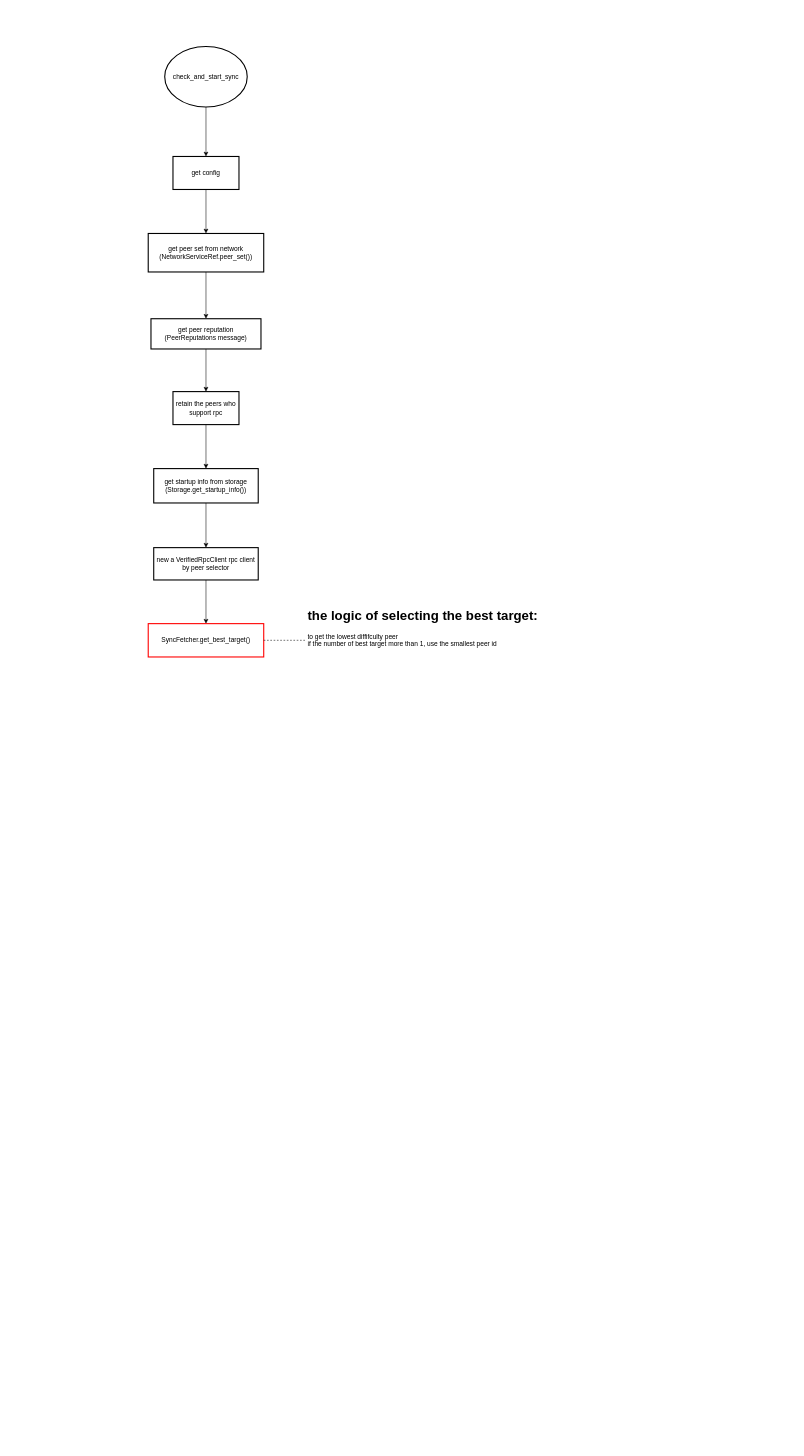
Before: page "sync-process" (4 of 8) of savedoc/drawio/starcoin-service.drawio in jackzhhuang/blog, a draw.io diagram. Source tidied: cells renumbered, new cells numbered last; positions are measured from the earlier drawing's top-left corner, leaving out a move shared by most shapes. Both pictures are drawn from the tidied source at 55%, with x=0, y=0 at pixel (148, 46).
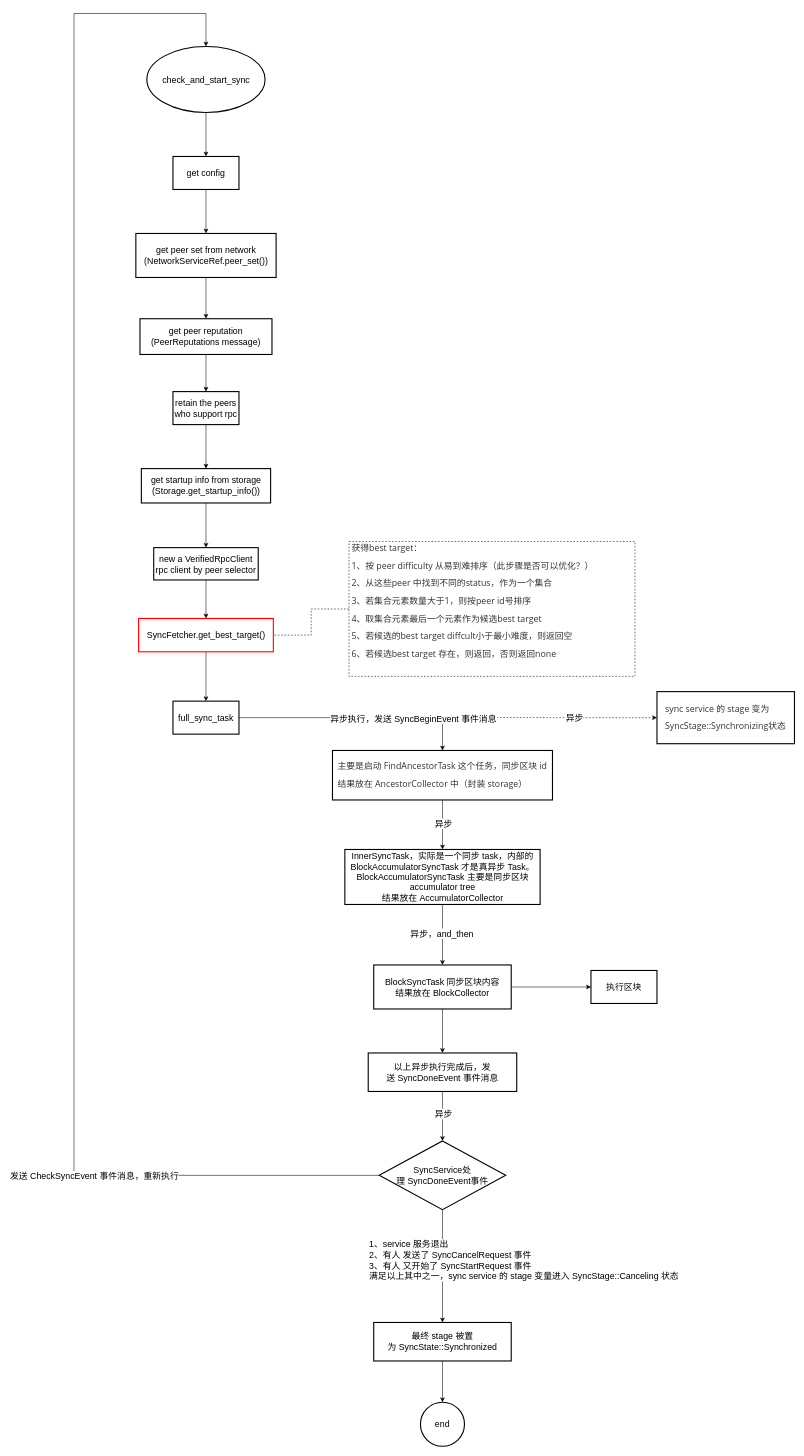
The same page after the edit.

Diff of the diagram source:
```diff
@@
-    <mxCell id="2" style="edgeStyle=orthogonalEdgeStyle;rounded=0;jettySize=auto;html=1;" parent="1" edge="1" source="3" target="5">
+    <mxCell id="2" style="edgeStyle=orthogonalEdgeStyle;rounded=0;jettySize=auto;html=1;fontSize=16;" parent="1" edge="1" source="3" target="5">
       <mxGeometry relative="1" as="geometry" />
     </mxCell>
-    <mxCell id="3" value="check_and_start_sync" style="strokeWidth=2;html=1;shape=mxgraph.flowchart.start_2;whiteSpace=wrap;" parent="1" vertex="1">
-      <mxGeometry x="30" width="150" height="110" as="geometry" />
+    <mxCell id="3" value="check_and_start_sync" style="strokeWidth=2;html=1;shape=mxgraph.flowchart.start_2;whiteSpace=wrap;fontSize=16;" parent="1" vertex="1">
+      <mxGeometry x="-2.5" width="215" height="120" as="geometry" />
     </mxCell>
-    <mxCell id="4" style="edgeStyle=orthogonalEdgeStyle;rounded=0;jettySize=auto;html=1;" parent="1" edge="1" source="5" target="7">
+    <mxCell id="4" style="edgeStyle=orthogonalEdgeStyle;rounded=0;jettySize=auto;html=1;fontSize=16;" parent="1" edge="1" source="5" target="7">
       <mxGeometry relative="1" as="geometry" />
     </mxCell>
-    <mxCell id="5" value="get config" style="whiteSpace=wrap;html=1;strokeWidth=2;" parent="1" vertex="1">
+    <mxCell id="5" value="get config" style="whiteSpace=wrap;html=1;strokeWidth=2;fontSize=16;" parent="1" vertex="1">
       <mxGeometry x="45" y="200" width="120" height="60" as="geometry" />
     </mxCell>
-    <mxCell id="6" style="edgeStyle=orthogonalEdgeStyle;rounded=0;jettySize=auto;html=1;" parent="1" edge="1" source="7" target="9">
+    <mxCell id="6" style="edgeStyle=orthogonalEdgeStyle;rounded=0;jettySize=auto;html=1;fontSize=16;" parent="1" edge="1" source="7" target="9">
       <mxGeometry relative="1" as="geometry" />
     </mxCell>
-    <mxCell id="7" value="get peer set from network&lt;br&gt;(NetworkServiceRef.peer_set())" style="whiteSpace=wrap;html=1;strokeWidth=2;" parent="1" vertex="1">
-      <mxGeometry y="340" width="210" height="70" as="geometry" />
+    <mxCell id="7" value="get peer set from network&lt;br style=&quot;font-size: 16px;&quot;&gt;(NetworkServiceRef.peer_set())" style="whiteSpace=wrap;html=1;strokeWidth=2;fontSize=16;" parent="1" vertex="1">
+      <mxGeometry x="-22.5" y="340" width="255" height="80" as="geometry" />
     </mxCell>
-    <mxCell id="8" style="edgeStyle=orthogonalEdgeStyle;rounded=0;jettySize=auto;html=1;" parent="1" edge="1" source="9" target="11">
+    <mxCell id="8" style="edgeStyle=orthogonalEdgeStyle;rounded=0;jettySize=auto;html=1;fontSize=16;" parent="1" edge="1" source="9" target="11">
       <mxGeometry relative="1" as="geometry" />
     </mxCell>
-    <mxCell id="9" value="get peer reputation&lt;br&gt;(PeerReputations message)" style="whiteSpace=wrap;html=1;strokeWidth=2;" parent="1" vertex="1">
-      <mxGeometry x="5" y="495" width="200" height="55" as="geometry" />
+    <mxCell id="9" value="get peer reputation&lt;br style=&quot;font-size: 16px;&quot;&gt;(PeerReputations message)" style="whiteSpace=wrap;html=1;strokeWidth=2;fontSize=16;" parent="1" vertex="1">
+      <mxGeometry x="-15" y="495" width="240" height="65" as="geometry" />
     </mxCell>
-    <mxCell id="10" style="edgeStyle=orthogonalEdgeStyle;rounded=0;jettySize=auto;html=1;" parent="1" edge="1" source="11" target="13">
+    <mxCell id="10" style="edgeStyle=orthogonalEdgeStyle;rounded=0;jettySize=auto;html=1;fontSize=16;" parent="1" edge="1" source="11" target="13">
       <mxGeometry relative="1" as="geometry" />
     </mxCell>
-    <mxCell id="11" value="retain the peers who support rpc" style="whiteSpace=wrap;html=1;strokeWidth=2;" parent="1" vertex="1">
+    <mxCell id="11" value="retain the peers who support rpc" style="whiteSpace=wrap;html=1;strokeWidth=2;fontSize=16;" parent="1" vertex="1">
       <mxGeometry x="45" y="627.5" width="120" height="60" as="geometry" />
     </mxCell>
-    <mxCell id="12" style="edgeStyle=orthogonalEdgeStyle;rounded=0;jettySize=auto;html=1;" parent="1" edge="1" source="13" target="15">
+    <mxCell id="12" style="edgeStyle=orthogonalEdgeStyle;rounded=0;jettySize=auto;html=1;fontSize=16;" parent="1" edge="1" source="13" target="15">
       <mxGeometry relative="1" as="geometry" />
     </mxCell>
-    <mxCell id="13" value="get startup info from storage&lt;br&gt;(Storage.get_startup_info())" style="whiteSpace=wrap;html=1;strokeWidth=2;" parent="1" vertex="1">
-      <mxGeometry x="10" y="767.5" width="190" height="62.5" as="geometry" />
+    <mxCell id="13" value="get startup info from storage&lt;br style=&quot;font-size: 16px;&quot;&gt;(Storage.get_startup_info())" style="whiteSpace=wrap;html=1;strokeWidth=2;fontSize=16;" parent="1" vertex="1">
+      <mxGeometry x="-12.5" y="767.5" width="235" height="62.5" as="geometry" />
     </mxCell>
-    <mxCell id="14" style="edgeStyle=orthogonalEdgeStyle;rounded=0;jettySize=auto;html=1;" parent="1" edge="1" source="15" target="16">
+    <mxCell id="14" style="edgeStyle=orthogonalEdgeStyle;rounded=0;jettySize=auto;html=1;fontSize=16;" parent="1" edge="1" source="15" target="16">
       <mxGeometry relative="1" as="geometry" />
     </mxCell>
-    <mxCell id="15" value="new a&amp;nbsp;VerifiedRpcClient rpc client by peer selector" style="whiteSpace=wrap;html=1;strokeWidth=2;" parent="1" vertex="1">
+    <mxCell id="15" value="new a&amp;nbsp;VerifiedRpcClient rpc client by peer selector" style="whiteSpace=wrap;html=1;strokeWidth=2;fontSize=16;" parent="1" vertex="1">
       <mxGeometry x="10" y="911.2" width="190" height="58.8" as="geometry" />
     </mxCell>
+    <mxCell id="19" style="edgeStyle=orthogonalEdgeStyle;rounded=0;jettySize=auto;html=1;fontSize=16;" parent="1" edge="1" source="16" target="22">
+      <mxGeometry relative="1" as="geometry" />
+    </mxCell>
-    <mxCell id="16" value="SyncFetcher.get_best_target()" style="whiteSpace=wrap;html=1;strokeWidth=2;strokeColor=#FF0000;" parent="1" vertex="1">
-      <mxGeometry y="1049.4" width="210" height="60.6" as="geometry" />
+    <mxCell id="16" value="SyncFetcher.get_best_target()" style="whiteSpace=wrap;html=1;strokeWidth=2;strokeColor=#FF0000;fontSize=16;" parent="1" vertex="1">
+      <mxGeometry x="-17.5" y="1040" width="245" height="60.6" as="geometry" />
     </mxCell>
-    <mxCell id="17" style="edgeStyle=orthogonalEdgeStyle;rounded=0;jettySize=auto;html=1;dashed=1;endArrow=none;endFill=0;" parent="1" edge="1" source="18" target="16">
+    <mxCell id="17" style="edgeStyle=orthogonalEdgeStyle;rounded=0;jettySize=auto;html=1;dashed=1;endArrow=none;endFill=0;fontSize=16;" parent="1" edge="1" source="18" target="16">
       <mxGeometry relative="1" as="geometry" />
     </mxCell>
-    <mxCell id="18" value="&lt;h1&gt;the logic of selecting the best target:&lt;/h1&gt;&lt;div&gt;to get the lowest diffifculty peer&lt;/div&gt;&lt;div&gt;if the number of best target more than 1, use the smallest peer id&amp;nbsp;&lt;/div&gt;" style="text;html=1;strokeColor=none;fillColor=none;spacing=5;spacingTop=-20;whiteSpace=wrap;overflow=hidden;rounded=0;" parent="1" vertex="1">
-      <mxGeometry x="285" y="1014.7" width="470" height="130" as="geometry" />
+    <mxCell id="18" value="&lt;h1 style=&quot;font-size: 16px;&quot;&gt;&lt;p style=&quot;box-sizing: border-box; line-height: inherit; orphans: 4; margin: 0.8em 0px; position: relative; caret-color: rgb(51, 51, 51); color: rgb(51, 51, 51); font-family: &amp;quot;Open Sans&amp;quot;, &amp;quot;Clear Sans&amp;quot;, &amp;quot;Helvetica Neue&amp;quot;, Helvetica, Arial, &amp;quot;Segoe UI Emoji&amp;quot;, sans-serif; font-size: 16px; font-weight: normal; background-color: rgb(255, 255, 255);&quot; class=&quot;md-end-block md-p md-focus&quot;&gt; 获得best target：&lt;/p&gt;&lt;p style=&quot;box-sizing: border-box; line-height: inherit; orphans: 4; margin: 0.8em 0px; position: relative; caret-color: rgb(51, 51, 51); color: rgb(51, 51, 51); font-family: &amp;quot;Open Sans&amp;quot;, &amp;quot;Clear Sans&amp;quot;, &amp;quot;Helvetica Neue&amp;quot;, Helvetica, Arial, &amp;quot;Segoe UI Emoji&amp;quot;, sans-serif; font-size: 16px; font-weight: normal; background-color: rgb(255, 255, 255);&quot; class=&quot;md-end-block md-p&quot;&gt;&lt;span style=&quot;box-sizing: border-box; font-size: 16px;&quot; class=&quot;md-plain&quot;&gt;1、按 peer difficulty 从易到难排序（此步骤是否可以优化？）&lt;/span&gt;&lt;/p&gt;&lt;p style=&quot;box-sizing: border-box; line-height: inherit; orphans: 4; margin: 0.8em 0px; position: relative; caret-color: rgb(51, 51, 51); color: rgb(51, 51, 51); font-family: &amp;quot;Open Sans&amp;quot;, &amp;quot;Clear Sans&amp;quot;, &amp;quot;Helvetica Neue&amp;quot;, Helvetica, Arial, &amp;quot;Segoe UI Emoji&amp;quot;, sans-serif; font-size: 16px; font-weight: normal; background-color: rgb(255, 255, 255);&quot; class=&quot;md-end-block md-p&quot;&gt;&lt;span style=&quot;box-sizing: border-box; font-size: 16px;&quot; class=&quot;md-plain&quot;&gt;2、从这些peer 中找到不同的status，作为一个集合&lt;/span&gt;&lt;/p&gt;&lt;p style=&quot;box-sizing: border-box; line-height: inherit; orphans: 4; margin: 0.8em 0px; position: relative; caret-color: rgb(51, 51, 51); color: rgb(51, 51, 51); font-family: &amp;quot;Open Sans&amp;quot;, &amp;quot;Clear Sans&amp;quot;, &amp;quot;Helvetica Neue&amp;quot;, Helvetica, Arial, &amp;quot;Segoe UI Emoji&amp;quot;, sans-serif; font-size: 16px; font-weight: normal; background-color: rgb(255, 255, 255);&quot; class=&quot;md-end-block md-p&quot;&gt;&lt;span style=&quot;box-sizing: border-box; font-size: 16px;&quot; class=&quot;md-plain&quot;&gt;3、若集合元素数量大于1，则按peer id号排序&lt;/span&gt;&lt;/p&gt;&lt;p style=&quot;box-sizing: border-box; line-height: inherit; orphans: 4; margin: 0.8em 0px; position: relative; caret-color: rgb(51, 51, 51); color: rgb(51, 51, 51); font-family: &amp;quot;Open Sans&amp;quot;, &amp;quot;Clear Sans&amp;quot;, &amp;quot;Helvetica Neue&amp;quot;, Helvetica, Arial, &amp;quot;Segoe UI Emoji&amp;quot;, sans-serif; font-size: 16px; font-weight: normal; background-color: rgb(255, 255, 255);&quot; class=&quot;md-end-block md-p&quot;&gt;&lt;span style=&quot;box-sizing: border-box; font-size: 16px;&quot; class=&quot;md-plain&quot;&gt;4、取集合元素最后一个元素作为候选best target&lt;/span&gt;&lt;/p&gt;&lt;p style=&quot;box-sizing: border-box; line-height: inherit; orphans: 4; margin: 0.8em 0px; position: relative; caret-color: rgb(51, 51, 51); color: rgb(51, 51, 51); font-family: &amp;quot;Open Sans&amp;quot;, &amp;quot;Clear Sans&amp;quot;, &amp;quot;Helvetica Neue&amp;quot;, Helvetica, Arial, &amp;quot;Segoe UI Emoji&amp;quot;, sans-serif; font-size: 16px; font-weight: normal; background-color: rgb(255, 255, 255);&quot; class=&quot;md-end-block md-p&quot;&gt;&lt;span style=&quot;box-sizing: border-box; font-size: 16px;&quot; class=&quot;md-plain&quot;&gt;5、若候选的best target diffcult小于最小难度，则返回空&lt;/span&gt;&lt;/p&gt;&lt;p style=&quot;box-sizing: border-box; line-height: inherit; orphans: 4; margin: 0.8em 0px; position: relative; caret-color: rgb(51, 51, 51); color: rgb(51, 51, 51); font-family: &amp;quot;Open Sans&amp;quot;, &amp;quot;Clear Sans&amp;quot;, &amp;quot;Helvetica Neue&amp;quot;, Helvetica, Arial, &amp;quot;Segoe UI Emoji&amp;quot;, sans-serif; font-size: 16px; font-weight: normal; background-color: rgb(255, 255, 255);&quot; class=&quot;md-end-block md-p md-focus&quot;&gt;&lt;span style=&quot;box-sizing: border-box; font-size: 16px;&quot; class=&quot;md-plain md-expand&quot;&gt;6、若候选best target 存在，则返回，否则返回none&lt;/span&gt;&lt;/p&gt;&lt;/h1&gt;" style="text;html=1;strokeColor=default;fillColor=none;spacing=5;spacingTop=-20;whiteSpace=wrap;overflow=hidden;rounded=0;dashed=1;fontSize=16;" parent="1" vertex="1">
+      <mxGeometry x="365" y="900" width="520" height="245.3" as="geometry" />
     </mxCell>
+    <mxCell id="20" style="edgeStyle=orthogonalEdgeStyle;rounded=0;jettySize=auto;html=1;fontSize=16;" parent="1" edge="1" source="22" target="25">
+      <mxGeometry relative="1" as="geometry" />
+    </mxCell>
+    <mxCell id="21" value="异步执行，发送 SyncBeginEvent 事件消息" style="edgeLabel;html=1;align=center;verticalAlign=middle;fontSize=16;" parent="20" vertex="1">
+      <mxGeometry x="0.47" y="-1" relative="1" as="geometry" />
+    </mxCell>
+    <mxCell id="22" value="full_sync_task" style="whiteSpace=wrap;html=1;strokeColor=#000000;strokeWidth=2;fontSize=16;" parent="1" vertex="1">
+      <mxGeometry x="45" y="1190.3" width="120" height="60" as="geometry" />
+    </mxCell>
+    <mxCell id="23" style="edgeStyle=orthogonalEdgeStyle;rounded=0;jettySize=auto;html=1;fontSize=16;" parent="1" edge="1" source="25" target="28">
+      <mxGeometry relative="1" as="geometry" />
+    </mxCell>
+    <mxCell id="24" value="&lt;font style=&quot;font-size: 16px;&quot;&gt;异步&lt;/font&gt;" style="edgeLabel;html=1;align=center;verticalAlign=middle;" parent="23" vertex="1">
+      <mxGeometry x="-0.07" y="1" relative="1" as="geometry" />
+    </mxCell>
+    <mxCell id="25" value="&lt;h1 style=&quot;border-color: var(--border-color); text-align: left; font-size: 16px;&quot;&gt;&lt;p style=&quot;border-color: var(--border-color); box-sizing: border-box; line-height: inherit; orphans: 4; margin: 0.8em 0px; position: relative; caret-color: rgb(51, 51, 51); color: rgb(51, 51, 51); font-family: &amp;quot;Open Sans&amp;quot;, &amp;quot;Clear Sans&amp;quot;, &amp;quot;Helvetica Neue&amp;quot;, Helvetica, Arial, &amp;quot;Segoe UI Emoji&amp;quot;, sans-serif; font-size: 16px; font-weight: normal; background-color: rgb(255, 255, 255);&quot; class=&quot;md-end-block md-p md-focus&quot;&gt;主要是启动&amp;nbsp;FindAncestorTask 这个任务，同步区块 id&lt;/p&gt;&lt;p style=&quot;border-color: var(--border-color); box-sizing: border-box; line-height: inherit; orphans: 4; margin: 0.8em 0px; position: relative; caret-color: rgb(51, 51, 51); color: rgb(51, 51, 51); font-family: &amp;quot;Open Sans&amp;quot;, &amp;quot;Clear Sans&amp;quot;, &amp;quot;Helvetica Neue&amp;quot;, Helvetica, Arial, &amp;quot;Segoe UI Emoji&amp;quot;, sans-serif; font-size: 16px; font-weight: normal; background-color: rgb(255, 255, 255);&quot; class=&quot;md-end-block md-p md-focus&quot;&gt;结果放在&amp;nbsp;AncestorCollector 中（封装 storage）&lt;/p&gt;&lt;/h1&gt;" style="whiteSpace=wrap;html=1;strokeColor=#000000;strokeWidth=2;fontSize=16;" parent="1" vertex="1">
+      <mxGeometry x="335" y="1280" width="400" height="90" as="geometry" />
+    </mxCell>
+    <mxCell id="26" style="edgeStyle=orthogonalEdgeStyle;rounded=0;jettySize=auto;html=1;" parent="1" edge="1" source="28" target="31">
+      <mxGeometry relative="1" as="geometry" />
+    </mxCell>
+    <mxCell id="27" value="&lt;font style=&quot;font-size: 16px;&quot;&gt;异步，and_then&lt;/font&gt;" style="edgeLabel;html=1;align=center;verticalAlign=middle;" parent="26" vertex="1">
+      <mxGeometry x="-0.05" y="-2" relative="1" as="geometry" />
+    </mxCell>
+    <mxCell id="28" value="InnerSyncTask，实际是一个同步 task，内部的BlockAccumulatorSyncTask 才是真异步 Task。&lt;br style=&quot;font-size: 16px;&quot;&gt;BlockAccumulatorSyncTask 主要是同步区块accumulator tree&lt;br&gt;结果放在&amp;nbsp;AccumulatorCollector" style="whiteSpace=wrap;html=1;strokeColor=#000000;strokeWidth=2;fontSize=16;" parent="1" vertex="1">
+      <mxGeometry x="357.5" y="1460" width="355" height="100" as="geometry" />
+    </mxCell>
+    <mxCell id="29" style="edgeStyle=orthogonalEdgeStyle;rounded=0;jettySize=auto;html=1;" parent="1" edge="1" source="31" target="34">
+      <mxGeometry relative="1" as="geometry" />
+    </mxCell>
+    <mxCell id="30" style="edgeStyle=orthogonalEdgeStyle;rounded=0;jettySize=auto;html=1;" parent="1" edge="1" source="31" target="46">
+      <mxGeometry relative="1" as="geometry" />
+    </mxCell>
+    <mxCell id="31" value="BlockSyncTask 同步区块内容&lt;br&gt;结果放在 BlockCollector" style="whiteSpace=wrap;html=1;fontSize=16;strokeColor=#000000;strokeWidth=2;" parent="1" vertex="1">
+      <mxGeometry x="410" y="1670" width="250" height="80" as="geometry" />
+    </mxCell>
+    <mxCell id="32" style="edgeStyle=orthogonalEdgeStyle;rounded=0;jettySize=auto;html=1;" parent="1" edge="1" source="34" target="39">
+      <mxGeometry relative="1" as="geometry" />
+    </mxCell>
+    <mxCell id="33" value="&lt;font style=&quot;font-size: 16px;&quot;&gt;异步&lt;/font&gt;" style="edgeLabel;html=1;align=center;verticalAlign=middle;" parent="32" vertex="1">
+      <mxGeometry x="-0.12" y="1" relative="1" as="geometry" />
+    </mxCell>
+    <mxCell id="34" value="以上异步执行完成后，发送&amp;nbsp;SyncDoneEvent 事件消息" style="whiteSpace=wrap;html=1;fontSize=16;strokeColor=#000000;strokeWidth=2;" parent="1" vertex="1">
+      <mxGeometry x="400" y="1830" width="270" height="70" as="geometry" />
+    </mxCell>
+    <mxCell id="35" style="edgeStyle=orthogonalEdgeStyle;rounded=0;jettySize=auto;html=1;entryX=0.5;entryY=0;entryDx=0;entryDy=0;entryPerimeter=0;" parent="1" edge="1" source="39" target="3">
+      <mxGeometry relative="1" as="geometry">
+        <Array as="points">
+          <mxPoint x="-135" y="2052" />
+          <mxPoint x="-135" y="-60" />
+          <mxPoint x="105" y="-60" />
+        </Array>
+      </mxGeometry>
+    </mxCell>
+    <mxCell id="36" value="&lt;font style=&quot;font-size: 16px;&quot;&gt;发送 CheckSyncEvent 事件消息，重新执行&lt;/font&gt;" style="edgeLabel;html=1;align=center;verticalAlign=middle;" parent="35" vertex="1">
+      <mxGeometry x="-0.65" y="1" relative="1" as="geometry" />
+    </mxCell>
+    <mxCell id="37" style="edgeStyle=orthogonalEdgeStyle;rounded=0;jettySize=auto;html=1;" parent="1" edge="1" source="39" target="44">
+      <mxGeometry relative="1" as="geometry" />
+    </mxCell>
+    <mxCell id="38" value="&lt;font style=&quot;font-size: 16px;&quot;&gt;1、service 服务退出&lt;br&gt;2、有人 发送了&amp;nbsp;SyncCancelRequest 事件&lt;br&gt;3、有人 又开始了&amp;nbsp;SyncStartRequest 事件&lt;br&gt;满足以上其中之一，sync service 的 stage 变量进入 SyncStage::Canceling 状态&lt;br&gt;&lt;/font&gt;" style="edgeLabel;html=1;align=left;verticalAlign=middle;" parent="37" vertex="1">
+      <mxGeometry x="-0.23" y="-4" relative="1" as="geometry">
+        <mxPoint x="-131" y="12" as="offset" />
+      </mxGeometry>
+    </mxCell>
+    <mxCell id="39" value="SyncService处理&amp;nbsp;SyncDoneEvent事件" style="rhombus;whiteSpace=wrap;html=1;fontSize=16;strokeColor=#000000;strokeWidth=2;" parent="1" vertex="1">
+      <mxGeometry x="420" y="1990" width="230" height="125" as="geometry" />
+    </mxCell>
+    <mxCell id="40" style="edgeStyle=orthogonalEdgeStyle;rounded=0;jettySize=auto;html=1;startArrow=classic;startFill=1;endArrow=none;endFill=0;dashed=1;" parent="1" edge="1" source="42">
+      <mxGeometry relative="1" as="geometry">
+        <mxPoint x="635" y="1220" as="targetPoint" />
+      </mxGeometry>
+    </mxCell>
+    <mxCell id="41" value="&lt;font style=&quot;font-size: 16px;&quot;&gt;异步&lt;/font&gt;" style="edgeLabel;html=1;align=center;verticalAlign=middle;" parent="40" vertex="1">
+      <mxGeometry x="0.04" relative="1" as="geometry" />
+    </mxCell>
+    <mxCell id="42" value="&lt;h1 style=&quot;border-color: var(--border-color); text-align: left; font-size: 16px;&quot;&gt;&lt;p style=&quot;border-color: var(--border-color); box-sizing: border-box; line-height: inherit; orphans: 4; margin: 0.8em 0px; position: relative; caret-color: rgb(51, 51, 51); color: rgb(51, 51, 51); font-family: &amp;quot;Open Sans&amp;quot;, &amp;quot;Clear Sans&amp;quot;, &amp;quot;Helvetica Neue&amp;quot;, Helvetica, Arial, &amp;quot;Segoe UI Emoji&amp;quot;, sans-serif; font-size: 16px; font-weight: normal; background-color: rgb(255, 255, 255);&quot; class=&quot;md-end-block md-p md-focus&quot;&gt;sync service 的 stage 变为&amp;nbsp;&lt;/p&gt;&lt;p style=&quot;border-color: var(--border-color); box-sizing: border-box; line-height: inherit; orphans: 4; margin: 0.8em 0px; position: relative; caret-color: rgb(51, 51, 51); color: rgb(51, 51, 51); font-family: &amp;quot;Open Sans&amp;quot;, &amp;quot;Clear Sans&amp;quot;, &amp;quot;Helvetica Neue&amp;quot;, Helvetica, Arial, &amp;quot;Segoe UI Emoji&amp;quot;, sans-serif; font-size: 16px; font-weight: normal; background-color: rgb(255, 255, 255);&quot; class=&quot;md-end-block md-p md-focus&quot;&gt;SyncStage::Synchronizing状态&lt;/p&gt;&lt;/h1&gt;" style="whiteSpace=wrap;html=1;strokeColor=#000000;strokeWidth=2;fontSize=16;" parent="1" vertex="1">
+      <mxGeometry x="925" y="1173" width="250" height="94.7" as="geometry" />
+    </mxCell>
+    <mxCell id="43" style="edgeStyle=orthogonalEdgeStyle;rounded=0;jettySize=auto;html=1;" parent="1" edge="1" source="44" target="45">
+      <mxGeometry relative="1" as="geometry" />
+    </mxCell>
+    <mxCell id="44" value="最终&amp;nbsp;stage 被置为&amp;nbsp;SyncState::Synchronized" style="whiteSpace=wrap;html=1;fontSize=16;strokeColor=#000000;strokeWidth=2;" parent="1" vertex="1">
+      <mxGeometry x="410" y="2320" width="250" height="70" as="geometry" />
+    </mxCell>
+    <mxCell id="45" value="end" style="ellipse;whiteSpace=wrap;html=1;fontSize=16;strokeColor=#000000;strokeWidth=2;" parent="1" vertex="1">
+      <mxGeometry x="495" y="2465" width="80" height="80" as="geometry" />
+    </mxCell>
+    <mxCell id="46" value="执行区块" style="whiteSpace=wrap;html=1;fontSize=16;strokeColor=#000000;strokeWidth=2;" parent="1" vertex="1">
+      <mxGeometry x="805" y="1680" width="120" height="60" as="geometry" />
+    </mxCell>
```
